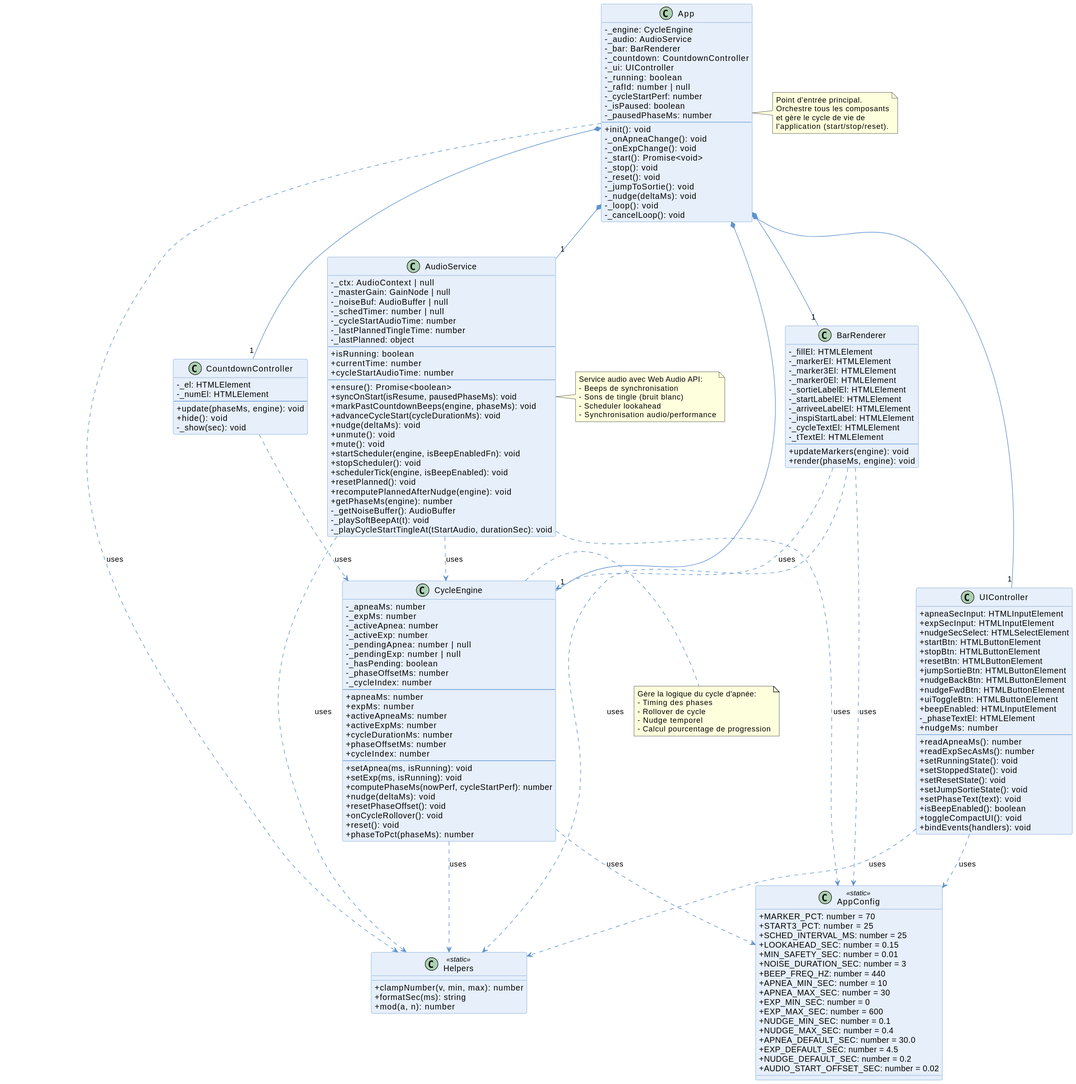
Before: uml/svg/class_diagram/ManiView - Diagramme de Classe.svg, a diagram exported from PlantUML (cc-sss/ManiView). Source of this version:
```plantuml
@startuml
!define MAIN_COLOR #5f93cf
!define SECONDARY_COLOR #e6effa

skinparam classAttributeIconSize 0
skinparam class {
    BackgroundColor SECONDARY_COLOR
    BorderColor MAIN_COLOR
    ArrowColor MAIN_COLOR
}

class AppConfig <<static>> {
    +MARKER_PCT: number = 70
    +START3_PCT: number = 25
    +SCHED_INTERVAL_MS: number = 25
    +LOOKAHEAD_SEC: number = 0.15
    +MIN_SAFETY_SEC: number = 0.01
    +NOISE_DURATION_SEC: number = 3
    +BEEP_FREQ_HZ: number = 440
    +APNEA_MIN_SEC: number = 10
    +APNEA_MAX_SEC: number = 30
    +EXP_MIN_SEC: number = 0
    +EXP_MAX_SEC: number = 600
    +NUDGE_MIN_SEC: number = 0.1
    +NUDGE_MAX_SEC: number = 0.4
    +APNEA_DEFAULT_SEC: number = 30.0
    +EXP_DEFAULT_SEC: number = 4.5
    +NUDGE_DEFAULT_SEC: number = 0.2
    +AUDIO_START_OFFSET_SEC: number = 0.02
}

class Helpers <<static>> {
    +clampNumber(v, min, max): number
    +formatSec(ms): string
    +mod(a, n): number
}

class CycleEngine {
    -_apneaMs: number
    -_expMs: number
    -_activeApnea: number
    -_activeExp: number
    -_pendingApnea: number | null
    -_pendingExp: number | null
    -_hasPending: boolean
    -_phaseOffsetMs: number
    -_cycleIndex: number
    --
    +apneaMs: number
    +expMs: number
    +activeApneaMs: number
    +activeExpMs: number
    +cycleDurationMs: number
    +phaseOffsetMs: number
    +cycleIndex: number
    --
    +setApnea(ms, isRunning): void
    +setExp(ms, isRunning): void
    +computePhaseMs(nowPerf, cycleStartPerf): number
    +nudge(deltaMs): void
    +resetPhaseOffset(): void
    +onCycleRollover(): void
    +reset(): void
    +phaseToPct(phaseMs): number
}

class AudioService {
    -_ctx: AudioContext | null
    -_masterGain: GainNode | null
    -_noiseBuf: AudioBuffer | null
    -_schedTimer: number | null
    -_cycleStartAudioTime: number
    -_lastPlannedTingleTime: number
    -_lastPlanned: object
    --
    +isRunning: boolean
    +currentTime: number
    +cycleStartAudioTime: number
    --
    +ensure(): Promise<boolean>
    +syncOnStart(isResume, pausedPhaseMs): void
    +markPastCountdownBeeps(engine, phaseMs): void
    +advanceCycleStart(cycleDurationMs): void
    +nudge(deltaMs): void
    +unmute(): void
    +mute(): void
    +startScheduler(engine, isBeepEnabledFn): void
    +stopScheduler(): void
    +schedulerTick(engine, isBeepEnabled): void
    +resetPlanned(): void
    +recomputePlannedAfterNudge(engine): void
    +getPhaseMs(engine): number
    -_getNoiseBuffer(): AudioBuffer
    -_playSoftBeepAt(t): void
    -_playCycleStartTingleAt(tStartAudio, durationSec): void
}

class BarRenderer {
    -_fillEl: HTMLElement
    -_markerEl: HTMLElement
    -_marker3El: HTMLElement
    -_marker0El: HTMLElement
    -_sortieLabelEl: HTMLElement
    -_startLabelEl: HTMLElement
    -_arriveeLabelEl: HTMLElement
    -_inspiStartLabel: HTMLElement
    -_cycleTextEl: HTMLElement
    -_tTextEl: HTMLElement
    --
    +updateMarkers(engine): void
    +render(phaseMs, engine): void
}

class CountdownController {
    -_el: HTMLElement
    -_numEl: HTMLElement
    --
    +update(phaseMs, engine): void
    +hide(): void
    -_show(sec): void
}

class UIController {
    +apneaSecInput: HTMLInputElement
    +expSecInput: HTMLInputElement
    +nudgeSecSelect: HTMLSelectElement
    +startBtn: HTMLButtonElement
    +stopBtn: HTMLButtonElement
    +resetBtn: HTMLButtonElement
    +jumpSortieBtn: HTMLButtonElement
    +nudgeBackBtn: HTMLButtonElement
    +nudgeFwdBtn: HTMLButtonElement
    +uiToggleBtn: HTMLButtonElement
    +beepEnabled: HTMLInputElement
    -_phaseTextEl: HTMLElement
    +nudgeMs: number
    --
    +readApneaMs(): number
    +readExpSecAsMs(): number
    +setRunningState(): void
    +setStoppedState(): void
    +setResetState(): void
    +setJumpSortieState(): void
    +setPhaseText(text): void
    +isBeepEnabled(): boolean
    +toggleCompactUI(): void
    +bindEvents(handlers): void
}

class App {
    -_engine: CycleEngine
    -_audio: AudioService
    -_bar: BarRenderer
    -_countdown: CountdownController
    -_ui: UIController
    -_running: boolean
    -_rafId: number | null
    -_cycleStartPerf: number
    -_isPaused: boolean
    -_pausedPhaseMs: number
    --
    +init(): void
    -_onApneaChange(): void
    -_onExpChange(): void
    -_start(): Promise<void>
    -_stop(): void
    -_reset(): void
    -_jumpToSortie(): void
    -_nudge(deltaMs): void
    -_loop(): void
    -_cancelLoop(): void
}

App *-- "1" CycleEngine
App *-- "1" AudioService
App *-- "1" BarRenderer
App *-- "1" CountdownController
App *-- "1" UIController

App ..> Helpers : uses
CycleEngine ..> AppConfig : uses
CycleEngine ..> Helpers : uses
AudioService ..> AppConfig : uses
UIController ..> Helpers : uses
UIController ..> AppConfig : uses
AudioService ..> Helpers : uses
BarRenderer ..> AppConfig : uses
BarRenderer ..> Helpers : uses
BarRenderer ..> CycleEngine : uses
AudioService ..> CycleEngine : uses
CountdownController ..> CycleEngine : uses

note right of App
  Point d'entrée principal.
  Orchestre tous les composants
  et gère le cycle de vie de
  l'application (start/stop/reset).
end note

note right of CycleEngine
  Gère la logique du cycle d'apnée:
  - Timing des phases
  - Rollover de cycle
  - Nudge temporel
  - Calcul pourcentage de progression
end note

note right of AudioService
  Service audio avec Web Audio API:
  - Beeps de synchronisation
  - Sons de tingle (bruit blanc)
  - Scheduler lookahead
  - Synchronisation audio/performance
end note
@enduml
```
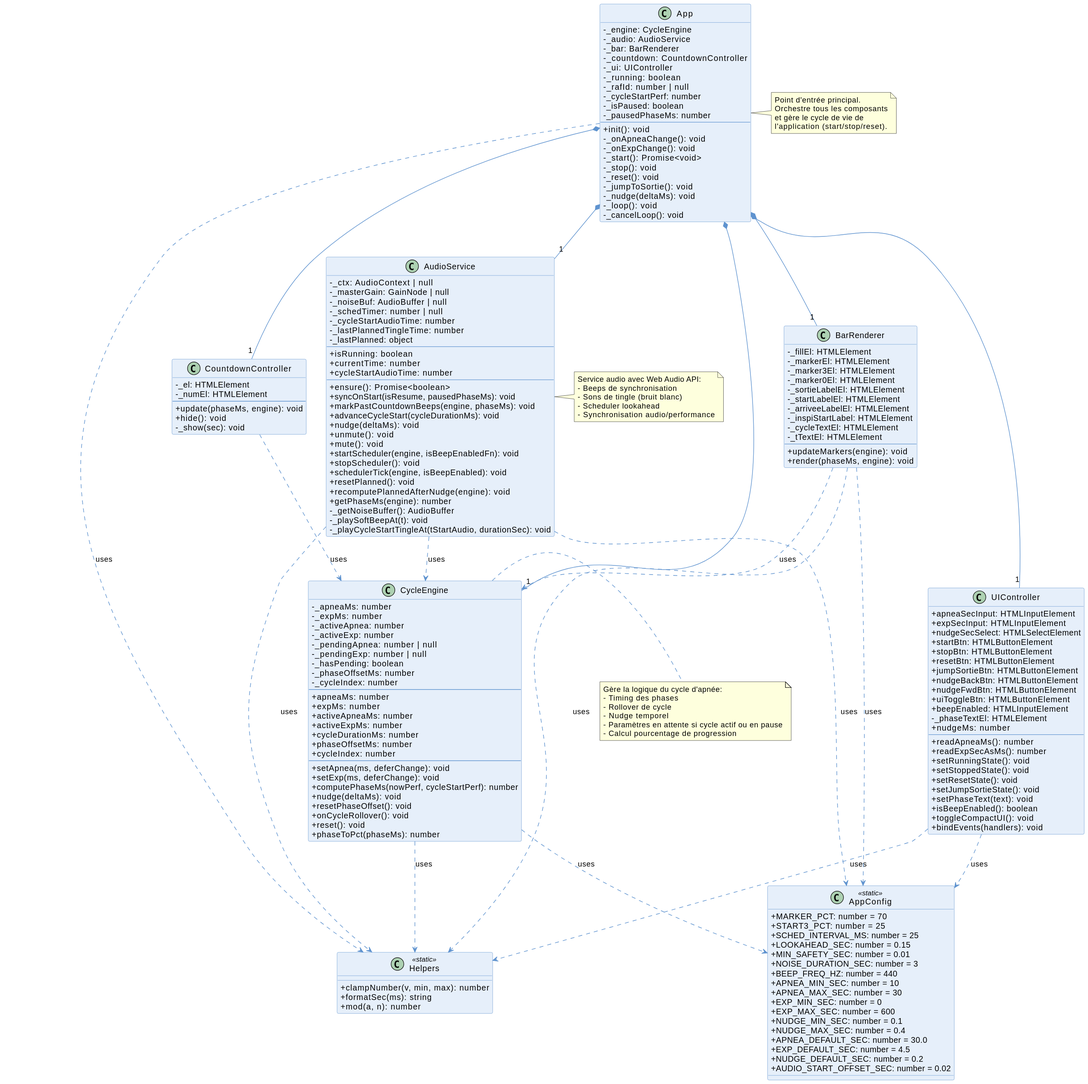
After the change.

What changed in the source:
```diff
@@ -54,8 +54,8 @@
     +phaseOffsetMs: number
     +cycleIndex: number
     --
-    +setApnea(ms, isRunning): void
-    +setExp(ms, isRunning): void
+    +setApnea(ms, deferChange): void
+    +setExp(ms, deferChange): void
     +computePhaseMs(nowPerf, cycleStartPerf): number
     +nudge(deltaMs): void
     +resetPhaseOffset(): void
@@ -202,6 +202,7 @@
   - Timing des phases
   - Rollover de cycle
   - Nudge temporel
+  - Paramètres en attente si cycle actif ou en pause
   - Calcul pourcentage de progression
 end note
 
```
